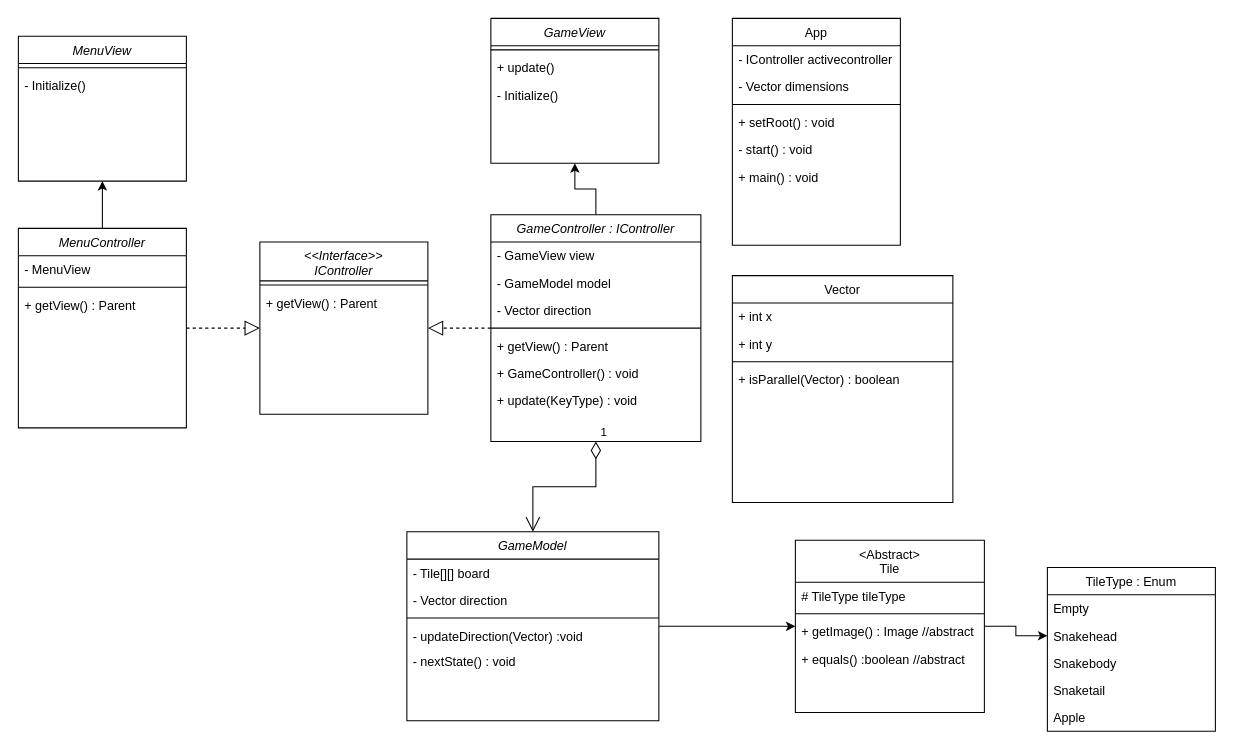
Above: Documentation/MainClassDiagram.drawio in Buildasaurus/02104-Snake (draw.io), before the change. Source tidied: cells renumbered, new cells numbered last; positions are measured from the earlier drawing's top-left corner, leaving out a move shared by most shapes. Both pictures are drawn from the tidied source at 105%, with x=0, y=0 at pixel (18, 18).
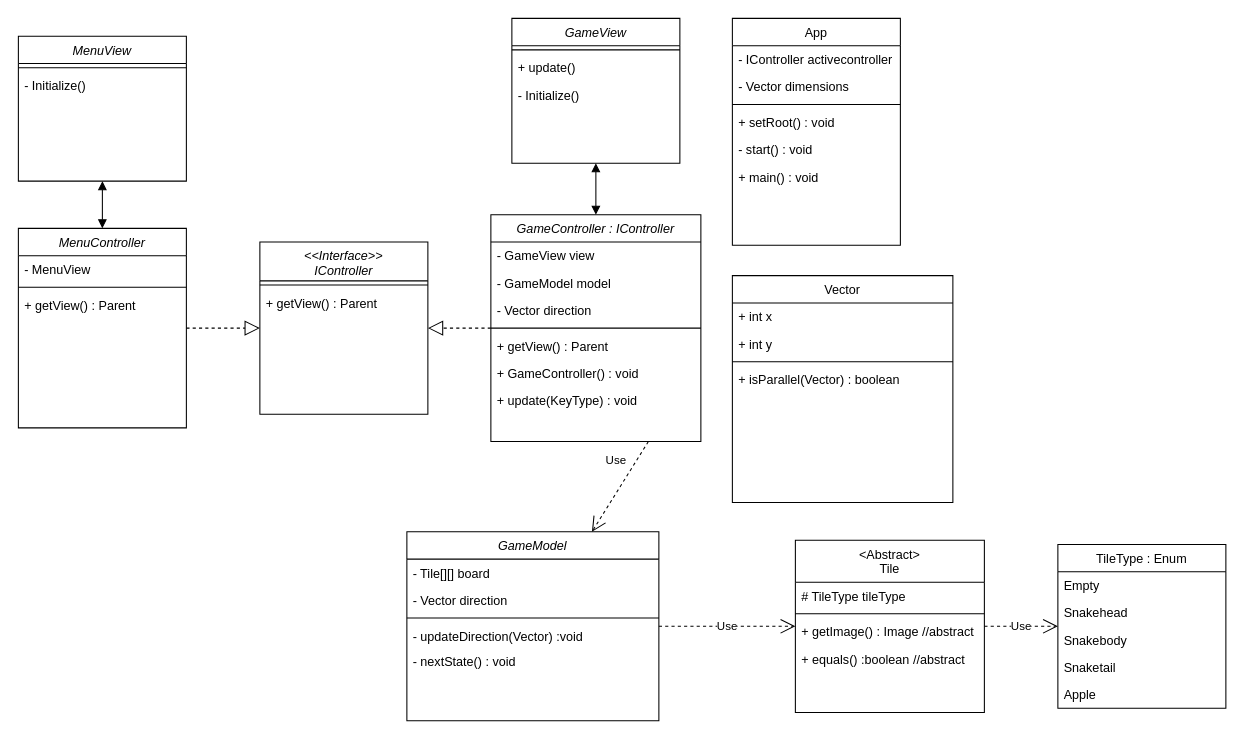
The same page after the edit.

Commit message (it also covers changes not shown here):
Final main class diagram

The change refers to these unchanged cells:
```xml
<mxCell id="3" value="GameModel" style="swimlane;fontStyle=2;align=center;verticalAlign=top;horizontal=1;startSize=26;rounded=0;shadow=0;strokeWidth=1;" parent="1" vertex="1">
  <mxGeometry x="370" y="489" width="240" height="180" as="geometry" />
</mxCell>
<mxCell id="10" value="&lt;Abstract&gt;&#10;Tile" style="swimlane;fontStyle=0;align=center;verticalAlign=top;horizontal=1;startSize=40;rounded=0;shadow=0;strokeWidth=1;" parent="1" vertex="1">
  <mxGeometry x="740" y="497" width="180" height="164" as="geometry" />
</mxCell>
<mxCell id="17" value="Snakehead" style="text;align=left;verticalAlign=top;spacingLeft=4;spacingRight=4;overflow=hidden;points=[[0,0.5],[1,0.5]];portConstraint=eastwest;" parent="15" vertex="1">
  <mxGeometry y="52" width="160" height="26" as="geometry" />
</mxCell>
<mxCell id="41" value="GameController : IController" style="swimlane;fontStyle=2;align=center;verticalAlign=top;horizontal=1;startSize=26;rounded=0;shadow=0;strokeWidth=1;" parent="1" vertex="1">
  <mxGeometry x="450" y="187" width="200" height="216" as="geometry" />
</mxCell>
<mxCell id="50" value="MenuController" style="swimlane;fontStyle=2;align=center;verticalAlign=top;horizontal=1;startSize=26;rounded=0;shadow=0;strokeWidth=1;" parent="1" vertex="1">
  <mxGeometry y="200" width="160" height="190" as="geometry" />
</mxCell>
<mxCell id="54" value="MenuView" style="swimlane;fontStyle=2;align=center;verticalAlign=top;horizontal=1;startSize=26;rounded=0;shadow=0;strokeWidth=1;" parent="1" vertex="1">
  <mxGeometry y="17" width="160" height="138" as="geometry" />
</mxCell>
```

Change to the diagram source:
```diff
@@
-    <mxCell id="2" style="edgeStyle=orthogonalEdgeStyle;rounded=0;jettySize=auto;html=1;" parent="1" edge="1" source="3" target="10">
-      <mxGeometry relative="1" as="geometry" />
-    </mxCell>
@@
-    <mxCell id="9" style="edgeStyle=orthogonalEdgeStyle;rounded=0;jettySize=auto;html=1;" parent="1" edge="1" source="10" target="17">
-      <mxGeometry relative="1" as="geometry" />
-    </mxCell>
@@
     <mxCell id="15" value="TileType : Enum" style="swimlane;fontStyle=0;align=center;verticalAlign=top;horizontal=1;startSize=26;rounded=0;shadow=0;strokeWidth=1;" parent="1" vertex="1">
-      <mxGeometry x="980" y="523" width="160" height="156" as="geometry" />
+      <mxGeometry x="990" y="501" width="160" height="156" as="geometry" />
     </mxCell>
@@
     <mxCell id="26" value="GameView" style="swimlane;fontStyle=2;align=center;verticalAlign=top;horizontal=1;startSize=26;rounded=0;shadow=0;strokeWidth=1;" parent="1" vertex="1">
-      <mxGeometry x="450" width="160" height="138" as="geometry" />
+      <mxGeometry x="470" width="160" height="138" as="geometry" />
     </mxCell>
@@
-    <mxCell id="40" style="edgeStyle=orthogonalEdgeStyle;rounded=0;jettySize=auto;html=1;" parent="1" edge="1" source="41" target="26">
-      <mxGeometry relative="1" as="geometry" />
-    </mxCell>
@@
-    <mxCell id="49" style="edgeStyle=orthogonalEdgeStyle;rounded=0;jettySize=auto;html=1;" parent="1" edge="1" source="50" target="54">
-      <mxGeometry relative="1" as="geometry" />
-    </mxCell>
@@
-    <mxCell id="59" value="1" style="endArrow=open;html=1;endSize=12;startArrow=diamondThin;startSize=14;startFill=0;edgeStyle=orthogonalEdgeStyle;align=left;verticalAlign=bottom;rounded=0;" parent="1" edge="1" source="41" target="3">
-      <mxGeometry x="-1" y="3" relative="1" as="geometry" />
+    <mxCell id="59" value="Use" style="endArrow=open;endSize=12;dashed=1;html=1;rounded=0;exitX=0.75;exitY=1;exitDx=0;exitDy=0;" parent="1" edge="1" source="41" target="3">
+      <mxGeometry x="-0.37" y="-17" relative="1" as="geometry" />
     </mxCell>
+    <mxCell id="2" value="Use" style="endArrow=open;endSize=12;dashed=1;html=1;rounded=0;" parent="1" edge="1" source="3" target="10">
+      <mxGeometry relative="1" as="geometry" />
+    </mxCell>
+    <mxCell id="60" value="Use" style="endArrow=open;endSize=12;dashed=1;html=1;rounded=0;" parent="1" edge="1" source="10" target="15">
+      <mxGeometry relative="1" as="geometry" />
+    </mxCell>
+    <mxCell id="61" style="endArrow=block;startArrow=block;endFill=1;startFill=1;html=1;rounded=0;" parent="1" edge="1" source="26" target="41">
+      <mxGeometry relative="1" as="geometry" />
+    </mxCell>
+    <mxCell id="62" style="endArrow=block;startArrow=block;endFill=1;startFill=1;html=1;rounded=0;" parent="1" edge="1" source="54" target="50">
+      <mxGeometry relative="1" as="geometry" />
+    </mxCell>
```
